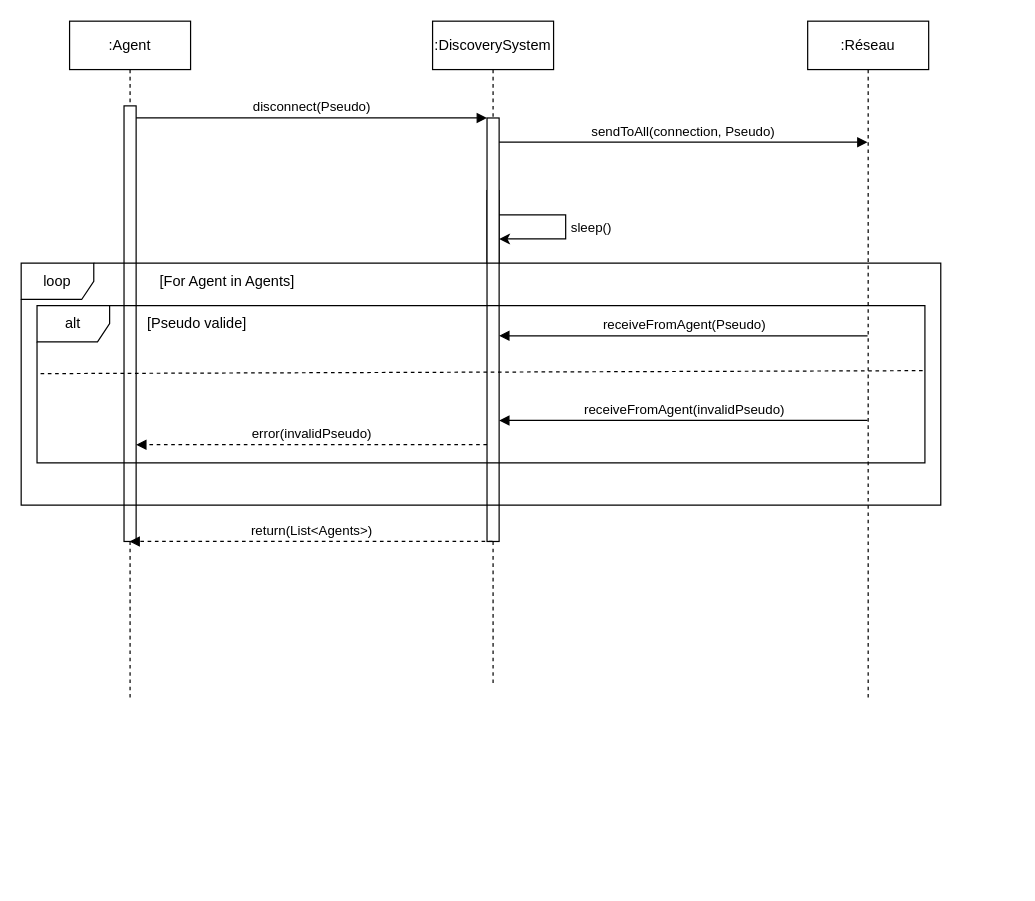
Above: conception/SequenceDiagramDiscoverySystemChangePseudo.drawio in insa-4ir-chatsystem/chatsystem-billard-slamnia (draw.io), before the change. Source tidied: cells renumbered, new cells numbered last; positions are measured from the earlier drawing's top-left corner, leaving out a move shared by most shapes. Both pictures are drawn from the tidied source at 121%, with x=0, y=0 at pixel (21, 21).
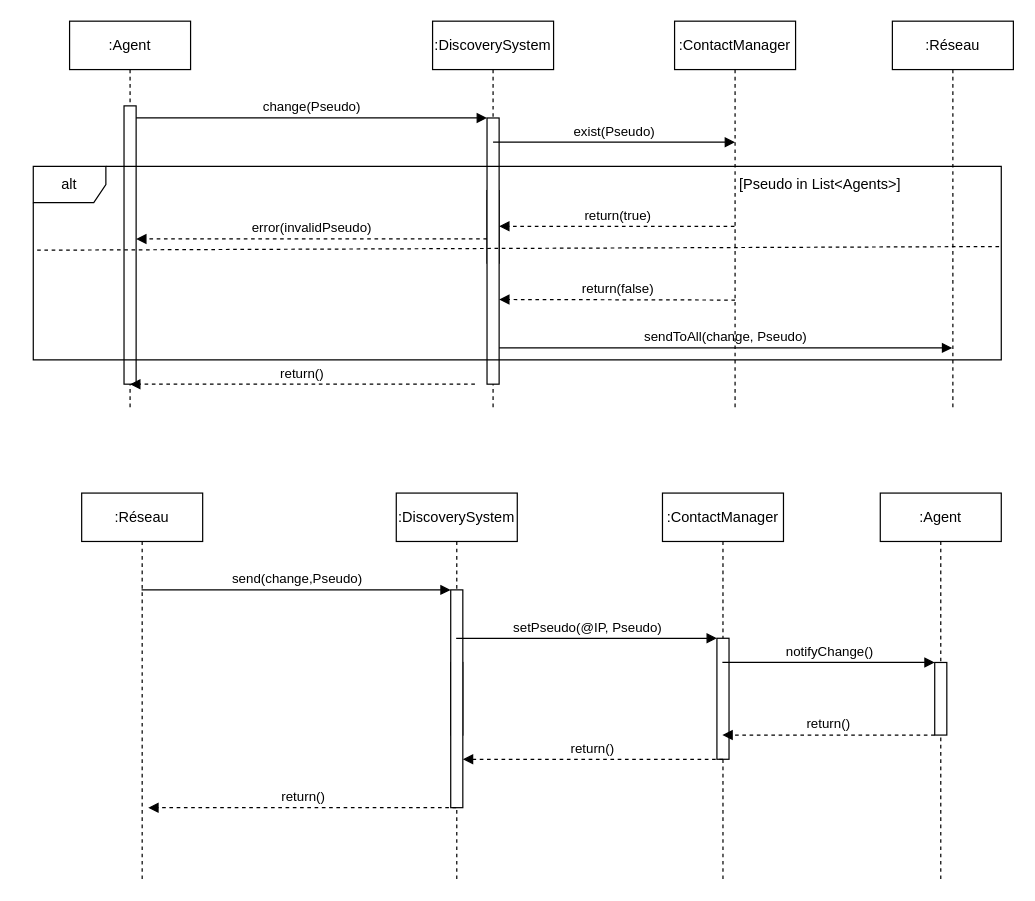
The same diagram, later.

Commit message:
Mettre à jour SequenceDiagramDiscoverySystemChangePseudo.drawio

The change refers to these unchanged cells:
```xml
<mxCell id="2" style="html=1;points=[];perimeter=orthogonalPerimeter;outlineConnect=0;targetShapes=umlLifeline;portConstraint=eastwest;newEdgeStyle={&quot;edgeStyle&quot;:&quot;elbowEdgeStyle&quot;,&quot;elbow&quot;:&quot;vertical&quot;,&quot;curved&quot;:0,&quot;rounded&quot;:0};" parent="1" vertex="1">
  <mxGeometry x="385" y="140" width="10" height="60" as="geometry" />
</mxCell>
```

Change to the diagram source:
```diff
@@
     <mxCell id="3" value=":Agent" style="shape=umlLifeline;perimeter=lifelinePerimeter;whiteSpace=wrap;html=1;outlineConnect=0;portConstraint=eastwest;newEdgeStyle={&quot;edgeStyle&quot;:&quot;elbowEdgeStyle&quot;,&quot;elbow&quot;:&quot;vertical&quot;,&quot;curved&quot;:0,&quot;rounded&quot;:0};" parent="1" vertex="1">
-      <mxGeometry x="40" width="100" height="560" as="geometry" />
+      <mxGeometry x="40" width="100" height="320" as="geometry" />
     </mxCell>
     <mxCell id="4" style="html=1;points=[];perimeter=orthogonalPerimeter;outlineConnect=0;targetShapes=umlLifeline;portConstraint=eastwest;newEdgeStyle={&quot;edgeStyle&quot;:&quot;elbowEdgeStyle&quot;,&quot;elbow&quot;:&quot;vertical&quot;,&quot;curved&quot;:0,&quot;rounded&quot;:0};" parent="3" vertex="1">
-      <mxGeometry x="45" y="70" width="10" height="360" as="geometry" />
+      <mxGeometry x="45" y="70" width="10" height="230" as="geometry" />
     </mxCell>
     <mxCell id="5" value=":DiscoverySystem" style="shape=umlLifeline;perimeter=lifelinePerimeter;whiteSpace=wrap;html=1;outlineConnect=0;portConstraint=eastwest;newEdgeStyle={&quot;edgeStyle&quot;:&quot;elbowEdgeStyle&quot;,&quot;elbow&quot;:&quot;vertical&quot;,&quot;curved&quot;:0,&quot;rounded&quot;:0};" parent="1" vertex="1">
-      <mxGeometry x="340" width="100" height="550" as="geometry" />
+      <mxGeometry x="340" width="100" height="320" as="geometry" />
     </mxCell>
     <mxCell id="6" style="html=1;points=[];perimeter=orthogonalPerimeter;outlineConnect=0;targetShapes=umlLifeline;portConstraint=eastwest;newEdgeStyle={&quot;edgeStyle&quot;:&quot;elbowEdgeStyle&quot;,&quot;elbow&quot;:&quot;vertical&quot;,&quot;curved&quot;:0,&quot;rounded&quot;:0};" parent="5" vertex="1">
-      <mxGeometry x="45" y="80" width="10" height="350" as="geometry" />
+      <mxGeometry x="45" y="80" width="10" height="220" as="geometry" />
     </mxCell>
-    <mxCell id="7" value="disconnect(Pseudo)" style="html=1;verticalAlign=bottom;endArrow=block;edgeStyle=elbowEdgeStyle;elbow=vertical;curved=0;rounded=0;" parent="1" edge="1" source="4" target="6">
+    <mxCell id="7" value="change(Pseudo)" style="html=1;verticalAlign=bottom;endArrow=block;edgeStyle=elbowEdgeStyle;elbow=vertical;curved=0;rounded=0;" parent="1" edge="1" source="4" target="6">
       <mxGeometry relative="1" as="geometry">
         <Array as="points">
           <mxPoint x="180" y="80" />
         </Array>
       </mxGeometry>
     </mxCell>
     <mxCell id="8" value=":Réseau" style="shape=umlLifeline;perimeter=lifelinePerimeter;whiteSpace=wrap;html=1;outlineConnect=0;portConstraint=eastwest;newEdgeStyle={&quot;edgeStyle&quot;:&quot;elbowEdgeStyle&quot;,&quot;elbow&quot;:&quot;vertical&quot;,&quot;curved&quot;:0,&quot;rounded&quot;:0};" parent="1" vertex="1">
-      <mxGeometry x="650" width="100" height="560" as="geometry" />
+      <mxGeometry x="720" width="100" height="320" as="geometry" />
     </mxCell>
-    <mxCell id="9" value="sendToAll(connection, Pseudo)" style="html=1;verticalAlign=bottom;endArrow=block;edgeStyle=elbowEdgeStyle;elbow=vertical;curved=0;rounded=0;" parent="1" edge="1">
+    <mxCell id="9" value="sendToAll(change, Pseudo)" style="html=1;verticalAlign=bottom;endArrow=block;edgeStyle=elbowEdgeStyle;elbow=vertical;curved=0;rounded=0;" parent="1" edge="1">
       <mxGeometry relative="1" as="geometry">
-        <mxPoint x="395" y="100" as="sourcePoint" />
-        <mxPoint x="699.5" y="100" as="targetPoint" />
+        <mxPoint x="395" y="270" as="sourcePoint" />
+        <mxPoint x="769.5" y="270" as="targetPoint" />
         <Array as="points">
-          <mxPoint x="485" y="100" />
+          <mxPoint x="485" y="270" />
         </Array>
       </mxGeometry>
     </mxCell>
-    <mxCell id="10" style="endArrow=classic;html=1;rounded=0;elbow=vertical;" parent="1" edge="1" source="2" target="2">
-      <mxGeometry relative="1" as="geometry">
-        <Array as="points">
-          <mxPoint x="450" y="170" />
-        </Array>
-      </mxGeometry>
-    </mxCell>
-    <mxCell id="11" value="sleep()" style="edgeLabel;html=1;align=center;verticalAlign=middle;" parent="10" vertex="1">
-      <mxGeometry x="0.2" relative="1" as="geometry">
-        <mxPoint x="23" y="-10" as="offset" />
-      </mxGeometry>
-    </mxCell>
-    <mxCell id="12" style="group;" parent="1" vertex="1">
-      <mxGeometry y="200" width="760" height="210" as="geometry" />
-    </mxCell>
-    <mxCell id="13" value="loop" style="shape=umlFrame;whiteSpace=wrap;html=1;" parent="12" vertex="1">
-      <mxGeometry width="760" height="200" as="geometry" />
-    </mxCell>
-    <mxCell id="14" value="[For Agent in Agents]" style="text;html=1;align=center;verticalAlign=middle;strokeColor=none;fillColor=none;" parent="12" vertex="1">
-      <mxGeometry x="78.6" width="183.4" height="30" as="geometry" />
-    </mxCell>
-    <mxCell id="15" style="group;" parent="12" vertex="1">
-      <mxGeometry width="760" height="210" as="geometry" />
-    </mxCell>
-    <mxCell id="16" style="line;strokeWidth=1;fillColor=none;align=left;verticalAlign=middle;spacingTop=-1;spacingLeft=3;spacingRight=3;labelPosition=right;strokeColor=inherit;" parent="15" vertex="1">
-      <mxGeometry x="117.9" y="96" width="131" height="8" as="geometry" />
-    </mxCell>
+    <mxCell id="21" value="return()" style="html=1;verticalAlign=bottom;endArrow=block;edgeStyle=elbowEdgeStyle;elbow=vertical;curved=0;rounded=0;dashed=1;" parent="1" edge="1">
+      <mxGeometry relative="1" as="geometry">
+        <mxPoint x="375" y="300" as="sourcePoint" />
+        <mxPoint x="90" y="300" as="targetPoint" />
+        <Array as="points">
+          <mxPoint x="240.5" y="300" />
+        </Array>
+      </mxGeometry>
+    </mxCell>
+    <mxCell id="23" value="error(invalidPseudo)" style="html=1;verticalAlign=bottom;endArrow=block;edgeStyle=elbowEdgeStyle;elbow=vertical;curved=0;rounded=0;dashed=1;" parent="1" edge="1">
+      <mxGeometry relative="1" as="geometry">
+        <mxPoint x="385" y="180" as="sourcePoint" />
+        <mxPoint x="95" y="180" as="targetPoint" />
+        <Array as="points">
+          <mxPoint x="240" y="180" />
+        </Array>
+      </mxGeometry>
+    </mxCell>
-    <mxCell id="17" value="alt" style="shape=umlFrame;whiteSpace=wrap;html=1;" parent="15" vertex="1">
-      <mxGeometry x="13.1" y="35" width="733.8" height="130" as="geometry" />
+    <mxCell id="17" value="alt" style="shape=umlFrame;whiteSpace=wrap;html=1;" parent="1" vertex="1">
+      <mxGeometry x="10" y="120" width="800" height="160" as="geometry" />
     </mxCell>
-    <mxCell id="18" style="endArrow=none;html=1;rounded=0;exitX=0.004;exitY=0.433;exitDx=0;exitDy=0;exitPerimeter=0;entryX=0.998;entryY=0.414;entryDx=0;entryDy=0;entryPerimeter=0;dashed=1;strokeWidth=1;" parent="15" edge="1" source="17" target="17">
+    <mxCell id="18" style="endArrow=none;html=1;rounded=0;exitX=0.004;exitY=0.433;exitDx=0;exitDy=0;exitPerimeter=0;entryX=0.998;entryY=0.414;entryDx=0;entryDy=0;entryPerimeter=0;dashed=1;strokeWidth=1;" parent="1" edge="1" source="17" target="17">
       <mxGeometry relative="1" as="geometry" />
     </mxCell>
-    <mxCell id="19" value="[Pseudo valide]" style="text;html=1;align=center;verticalAlign=middle;strokeColor=none;fillColor=none;" parent="15" vertex="1">
-      <mxGeometry x="90" y="35" width="110" height="30" as="geometry" />
-    </mxCell>
-    <mxCell id="20" value="receiveFromAgent(invalidPseudo)" style="html=1;verticalAlign=bottom;endArrow=block;edgeStyle=elbowEdgeStyle;elbow=vertical;curved=0;rounded=0;" parent="1" edge="1" source="8" target="6">
-      <mxGeometry relative="1" as="geometry">
-        <Array as="points">
-          <mxPoint x="605.3" y="330" />
-        </Array>
-      </mxGeometry>
-    </mxCell>
-    <mxCell id="21" value="return(List&amp;lt;Agents&amp;gt;)" style="html=1;verticalAlign=bottom;endArrow=block;edgeStyle=elbowEdgeStyle;elbow=vertical;curved=0;rounded=0;dashed=1;" parent="1" edge="1" source="5" target="3">
-      <mxGeometry relative="1" as="geometry">
-        <Array as="points">
-          <mxPoint x="240" y="430" />
-        </Array>
-      </mxGeometry>
-    </mxCell>
-    <mxCell id="22" value="receiveFromAgent(Pseudo)" style="html=1;verticalAlign=bottom;endArrow=block;edgeStyle=elbowEdgeStyle;elbow=vertical;curved=0;rounded=0;" parent="1" edge="1" source="8" target="6">
-      <mxGeometry relative="1" as="geometry">
-        <Array as="points">
-          <mxPoint x="561.8" y="260" />
-        </Array>
-      </mxGeometry>
-    </mxCell>
-    <mxCell id="23" value="error(invalidPseudo)" style="html=1;verticalAlign=bottom;endArrow=block;edgeStyle=elbowEdgeStyle;elbow=vertical;curved=0;rounded=0;dashed=1;" parent="1" edge="1" source="6" target="4">
-      <mxGeometry relative="1" as="geometry">
-        <Array as="points">
-          <mxPoint x="240" y="350" />
-        </Array>
-      </mxGeometry>
-    </mxCell>
+    <mxCell id="24" value="[Pseudo in List&amp;lt;Agents&amp;gt;]" style="text;html=1;align=center;verticalAlign=middle;strokeColor=none;fillColor=none;" parent="1" vertex="1">
+      <mxGeometry x="580" y="120" width="160" height="30" as="geometry" />
+    </mxCell>
+    <mxCell id="25" style="html=1;perimeter=orthogonalPerimeter;targetShapes=umlLifeline;newEdgeStyle={&quot;edgeStyle&quot;:&quot;elbowEdgeStyle&quot;,&quot;elbow&quot;:&quot;vertical&quot;,&quot;curved&quot;:0,&quot;rounded&quot;:0};" parent="1" vertex="1">
+      <mxGeometry x="355" y="530" width="10" height="60" as="geometry" />
+    </mxCell>
+    <mxCell id="26" value=":Réseau" style="shape=umlLifeline;perimeter=lifelinePerimeter;whiteSpace=wrap;html=1;outlineConnect=0;portConstraint=eastwest;newEdgeStyle={&quot;edgeStyle&quot;:&quot;elbowEdgeStyle&quot;,&quot;elbow&quot;:&quot;vertical&quot;,&quot;curved&quot;:0,&quot;rounded&quot;:0};" parent="1" vertex="1">
+      <mxGeometry x="50" y="390" width="100" height="320" as="geometry" />
+    </mxCell>
+    <mxCell id="27" value=":DiscoverySystem" style="shape=umlLifeline;perimeter=lifelinePerimeter;whiteSpace=wrap;html=1;outlineConnect=0;portConstraint=eastwest;newEdgeStyle={&quot;edgeStyle&quot;:&quot;elbowEdgeStyle&quot;,&quot;elbow&quot;:&quot;vertical&quot;,&quot;curved&quot;:0,&quot;rounded&quot;:0};" parent="1" vertex="1">
+      <mxGeometry x="310" y="390" width="100" height="320" as="geometry" />
+    </mxCell>
+    <mxCell id="28" style="html=1;points=[];perimeter=orthogonalPerimeter;outlineConnect=0;targetShapes=umlLifeline;portConstraint=eastwest;newEdgeStyle={&quot;edgeStyle&quot;:&quot;elbowEdgeStyle&quot;,&quot;elbow&quot;:&quot;vertical&quot;,&quot;curved&quot;:0,&quot;rounded&quot;:0};" parent="27" vertex="1">
+      <mxGeometry x="45" y="80" width="10" height="180" as="geometry" />
+    </mxCell>
+    <mxCell id="29" value="send(change,Pseudo)" style="html=1;verticalAlign=bottom;endArrow=block;edgeStyle=elbowEdgeStyle;elbow=vertical;curved=0;rounded=0;" parent="1" edge="1" source="26" target="28">
+      <mxGeometry relative="1" as="geometry">
+        <Array as="points">
+          <mxPoint x="190" y="470" />
+        </Array>
+      </mxGeometry>
+    </mxCell>
+    <mxCell id="30" value=":ContactManager" style="shape=umlLifeline;perimeter=lifelinePerimeter;whiteSpace=wrap;html=1;outlineConnect=0;portConstraint=eastwest;newEdgeStyle={&quot;edgeStyle&quot;:&quot;elbowEdgeStyle&quot;,&quot;elbow&quot;:&quot;vertical&quot;,&quot;curved&quot;:0,&quot;rounded&quot;:0};" parent="1" vertex="1">
+      <mxGeometry x="530" y="390" width="100" height="320" as="geometry" />
+    </mxCell>
+    <mxCell id="31" style="html=1;points=[];perimeter=orthogonalPerimeter;outlineConnect=0;targetShapes=umlLifeline;portConstraint=eastwest;newEdgeStyle={&quot;edgeStyle&quot;:&quot;elbowEdgeStyle&quot;,&quot;elbow&quot;:&quot;vertical&quot;,&quot;curved&quot;:0,&quot;rounded&quot;:0};" parent="30" vertex="1">
+      <mxGeometry x="45" y="120" width="10" height="100" as="geometry" />
+    </mxCell>
+    <mxCell id="32" value="setPseudo(@IP, Pseudo)" style="html=1;verticalAlign=bottom;endArrow=block;edgeStyle=elbowEdgeStyle;elbow=vertical;curved=0;rounded=0;" parent="1" edge="1" source="27" target="31">
+      <mxGeometry relative="1" as="geometry">
+        <Array as="points">
+          <mxPoint x="540" y="510" />
+          <mxPoint x="400" y="509" />
+        </Array>
+      </mxGeometry>
+    </mxCell>
+    <mxCell id="33" value="return()" style="html=1;verticalAlign=bottom;endArrow=block;edgeStyle=elbowEdgeStyle;elbow=vertical;curved=0;rounded=0;dashed=1;" parent="1" edge="1" source="27">
+      <mxGeometry relative="1" as="geometry">
+        <mxPoint x="105" y="650" as="targetPoint" />
+        <Array as="points">
+          <mxPoint x="255.5" y="650" />
+        </Array>
+      </mxGeometry>
+    </mxCell>
+    <mxCell id="34" value=":ContactManager" style="shape=umlLifeline;perimeter=lifelinePerimeter;whiteSpace=wrap;html=1;outlineConnect=0;portConstraint=eastwest;newEdgeStyle={&quot;edgeStyle&quot;:&quot;elbowEdgeStyle&quot;,&quot;elbow&quot;:&quot;vertical&quot;,&quot;curved&quot;:0,&quot;rounded&quot;:0};" parent="1" vertex="1">
+      <mxGeometry x="540" width="100" height="320" as="geometry" />
+    </mxCell>
+    <mxCell id="35" value="exist(Pseudo)" style="html=1;verticalAlign=bottom;endArrow=block;edgeStyle=elbowEdgeStyle;elbow=vertical;curved=0;rounded=0;" parent="1" edge="1">
+      <mxGeometry relative="1" as="geometry">
+        <mxPoint x="390" y="100" as="sourcePoint" />
+        <mxPoint x="590" y="100" as="targetPoint" />
+        <Array as="points">
+          <mxPoint x="415" y="100" />
+        </Array>
+      </mxGeometry>
+    </mxCell>
+    <mxCell id="36" value="return(true)" style="html=1;verticalAlign=bottom;endArrow=block;edgeStyle=elbowEdgeStyle;elbow=vertical;curved=0;rounded=0;dashed=1;" parent="1" edge="1" source="34" target="6">
+      <mxGeometry relative="1" as="geometry">
+        <Array as="points">
+          <mxPoint x="485" y="169.5" />
+        </Array>
+      </mxGeometry>
+    </mxCell>
+    <mxCell id="37" value="return(false)" style="html=1;verticalAlign=bottom;endArrow=block;edgeStyle=elbowEdgeStyle;elbow=vertical;curved=0;rounded=0;dashed=1;" parent="1" edge="1">
+      <mxGeometry relative="1" as="geometry">
+        <mxPoint x="590" y="230.5" as="sourcePoint" />
+        <mxPoint x="395" y="230.5" as="targetPoint" />
+        <Array as="points">
+          <mxPoint x="485" y="230" />
+        </Array>
+      </mxGeometry>
+    </mxCell>
+    <mxCell id="38" value=":Agent" style="shape=umlLifeline;perimeter=lifelinePerimeter;whiteSpace=wrap;html=1;newEdgeStyle={&quot;edgeStyle&quot;:&quot;elbowEdgeStyle&quot;,&quot;elbow&quot;:&quot;vertical&quot;,&quot;curved&quot;:0,&quot;rounded&quot;:0};" parent="1" vertex="1">
+      <mxGeometry x="710" y="390" width="100" height="320" as="geometry" />
+    </mxCell>
+    <mxCell id="39" style="html=1;points=[];perimeter=orthogonalPerimeter;outlineConnect=0;targetShapes=umlLifeline;portConstraint=eastwest;newEdgeStyle={&quot;edgeStyle&quot;:&quot;elbowEdgeStyle&quot;,&quot;elbow&quot;:&quot;vertical&quot;,&quot;curved&quot;:0,&quot;rounded&quot;:0};" parent="38" vertex="1">
+      <mxGeometry x="45" y="140" width="10" height="60" as="geometry" />
+    </mxCell>
+    <mxCell id="40" value="notifyChange()" style="html=1;verticalAlign=bottom;endArrow=block;edgeStyle=elbowEdgeStyle;elbow=vertical;curved=0;rounded=0;" parent="1" edge="1" source="30" target="39">
+      <mxGeometry relative="1" as="geometry">
+        <Array as="points">
+          <mxPoint x="740" y="530" />
+          <mxPoint x="600" y="529" />
+        </Array>
+      </mxGeometry>
+    </mxCell>
+    <mxCell id="41" value="return()" style="html=1;verticalAlign=bottom;endArrow=block;edgeStyle=elbowEdgeStyle;elbow=vertical;curved=0;rounded=0;dashed=1;" parent="1" edge="1" target="28">
+      <mxGeometry relative="1" as="geometry">
+        <mxPoint x="580" y="610" as="sourcePoint" />
+        <Array as="points">
+          <mxPoint x="475.5" y="610" />
+        </Array>
+      </mxGeometry>
+    </mxCell>
+    <mxCell id="42" value="return()" style="html=1;verticalAlign=bottom;endArrow=block;edgeStyle=elbowEdgeStyle;elbow=vertical;curved=0;rounded=0;dashed=1;" parent="1" edge="1" target="30">
+      <mxGeometry relative="1" as="geometry">
+        <mxPoint x="755" y="590" as="sourcePoint" />
+        <Array as="points">
+          <mxPoint x="650.5" y="590" />
+        </Array>
+      </mxGeometry>
+    </mxCell>
```
